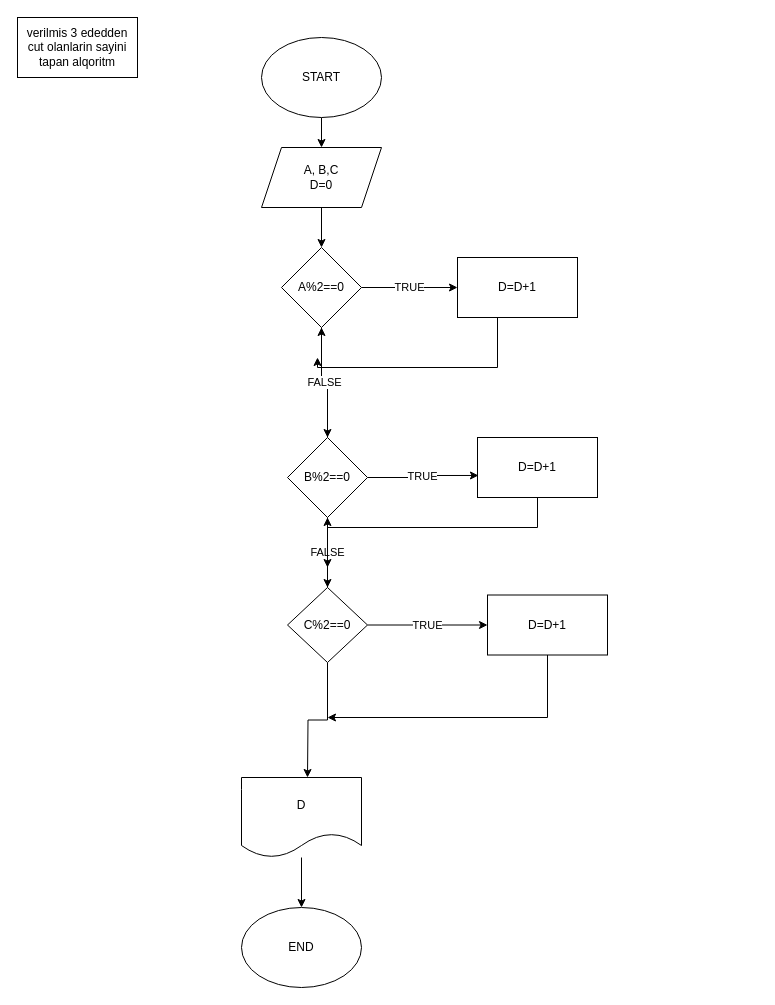
Before: page "Page-1" (1 of 2) of Untitled Diagram.drawio in afidaa/first-task, a draw.io diagram. Source tidied: cells renumbered, new cells numbered last; positions are measured from the earlier drawing's top-left corner, leaving out a move shared by most shapes. Both pictures are drawn from the tidied source at 100%, with x=0, y=0 at pixel (17, 17).
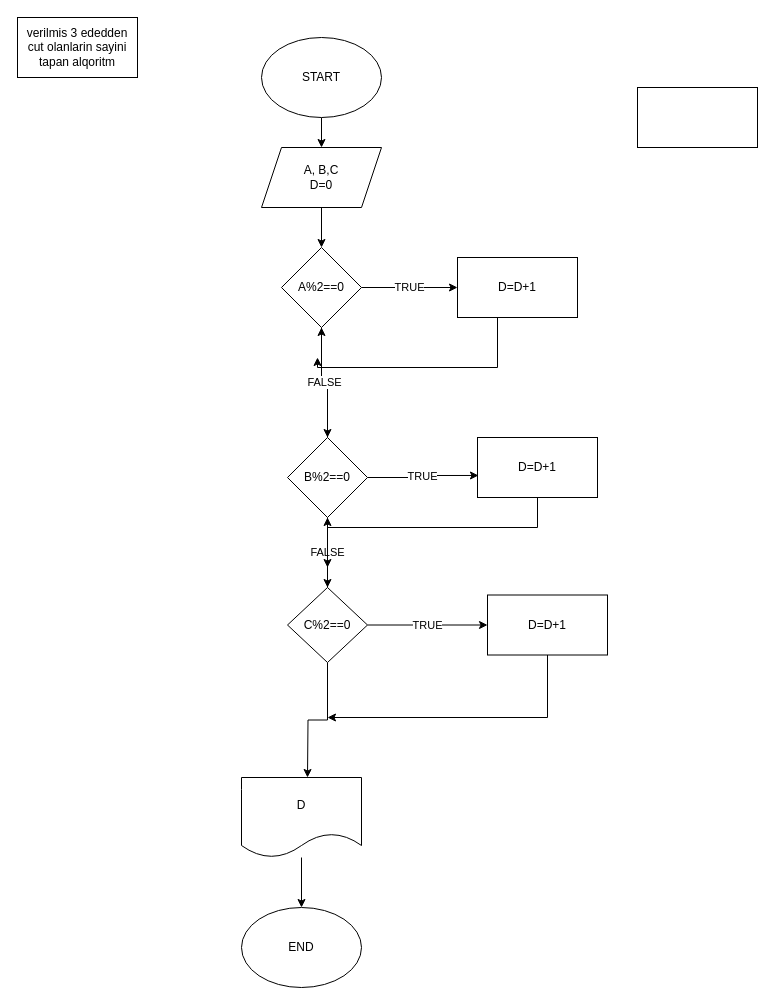
The same diagram, later.

Change to the diagram source:
```diff
@@
+    <mxCell id="27" style="rounded=0;whiteSpace=wrap;html=1;" parent="1" vertex="1">
+      <mxGeometry x="620" y="70" width="120" height="60" as="geometry" />
+    </mxCell>
```
